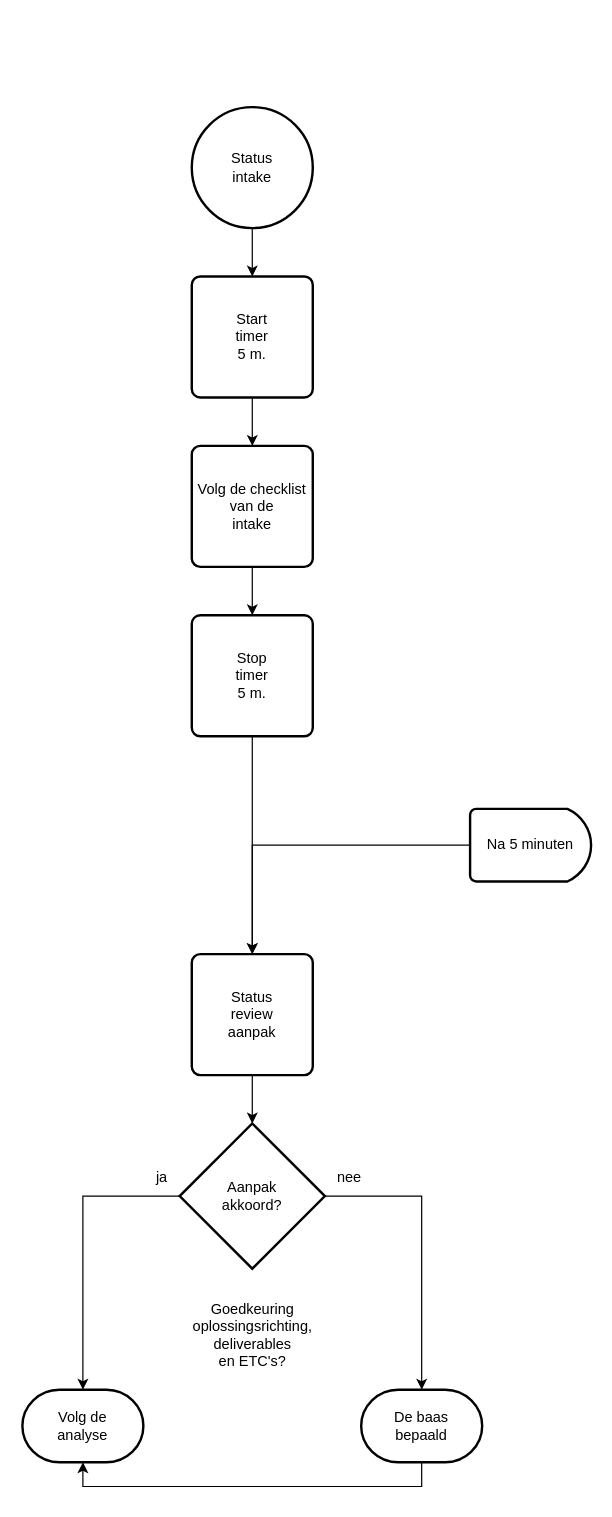
This is 1 Issue Tracker intake.drawio from Zaibatsu89/IssueTracker, a draw.io file, before an edit. Source tidied: cells renumbered, new cells numbered last; positions are measured from the earlier drawing's top-left corner, leaving out a move shared by most shapes. Both pictures are drawn from the tidied source at 121%, with x=0, y=0 at pixel (22, 106).
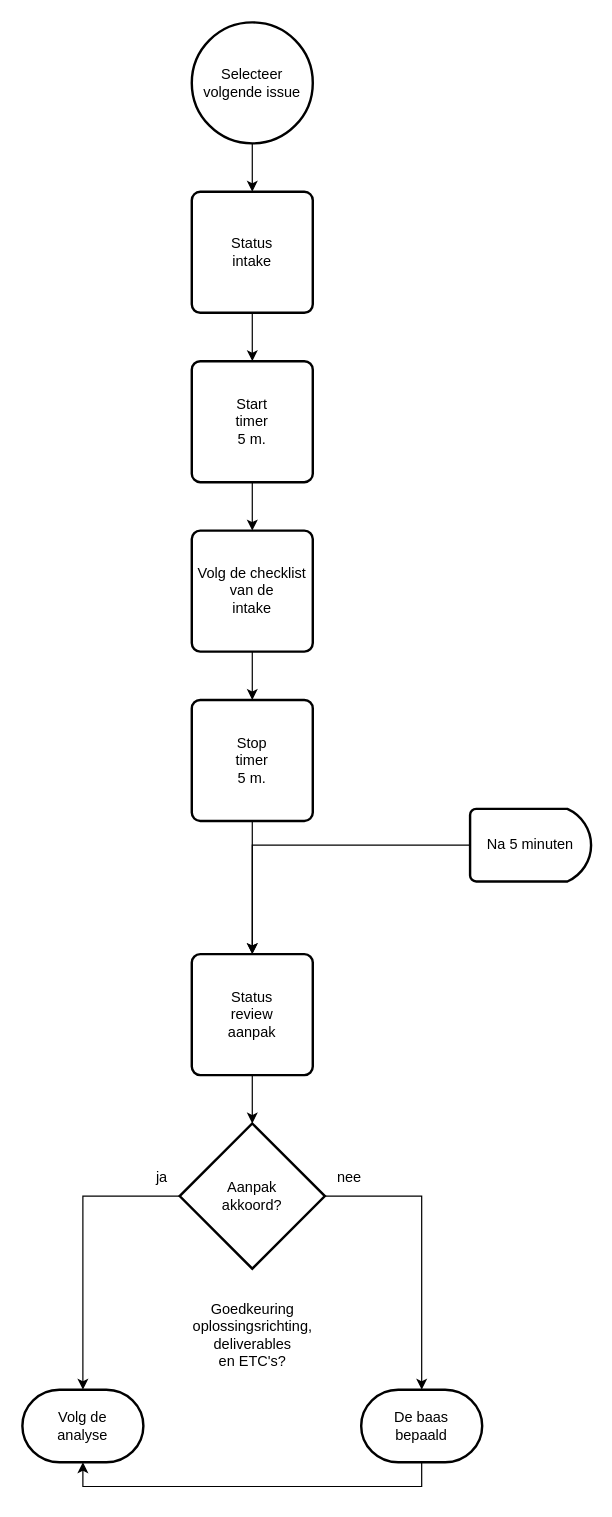
Above is the later version.

Commit message:
Voeg start “Selecteer volgende issue” toe aan intake flowchart

Change to the diagram source:
```diff
@@
-    <mxCell id="2" style="edgeStyle=orthogonalEdgeStyle;rounded=0;jettySize=auto;html=1;entryX=0.5;entryY=0;entryDx=0;entryDy=0;" parent="1" edge="1" source="3" target="8">
-      <mxGeometry relative="1" as="geometry" />
-    </mxCell>
+    <mxCell id="24" style="edgeStyle=orthogonalEdgeStyle;rounded=0;jettySize=auto;html=1;" parent="1" edge="1" source="3" target="26">
+      <mxGeometry relative="1" as="geometry" />
+    </mxCell>
-    <mxCell id="3" value="Status&lt;br&gt;intake" style="strokeWidth=2;html=1;shape=mxgraph.flowchart.start_2;whiteSpace=wrap;" parent="1" vertex="1">
-      <mxGeometry x="140" width="100" height="100" as="geometry" />
+    <mxCell id="3" value="Selecteer&lt;br&gt;volgende issue" style="strokeWidth=2;html=1;shape=mxgraph.flowchart.start_2;whiteSpace=wrap;" parent="1" vertex="1">
+      <mxGeometry x="140" y="-70" width="100" height="100" as="geometry" />
     </mxCell>
@@
     <mxCell id="5" value="Volg de checklist&lt;br&gt;van de&lt;br&gt;intake" style="rounded=1;whiteSpace=wrap;html=1;absoluteArcSize=1;arcSize=14;strokeWidth=2;" parent="1" vertex="1">
-      <mxGeometry x="140" y="280" width="100" height="100" as="geometry" />
+      <mxGeometry x="140" y="350" width="100" height="100" as="geometry" />
     </mxCell>
@@
     <mxCell id="8" value="Start&lt;br&gt;timer&lt;br&gt;5 m." style="rounded=1;whiteSpace=wrap;html=1;absoluteArcSize=1;arcSize=14;strokeWidth=2;" parent="1" vertex="1">
-      <mxGeometry x="140" y="140" width="100" height="100" as="geometry" />
+      <mxGeometry x="140" y="210" width="100" height="100" as="geometry" />
     </mxCell>
@@
     <mxCell id="10" value="Stop&lt;br&gt;timer&lt;br&gt;5 m." style="rounded=1;whiteSpace=wrap;html=1;absoluteArcSize=1;arcSize=14;strokeWidth=2;" parent="1" vertex="1">
-      <mxGeometry x="140" y="420" width="100" height="100" as="geometry" />
+      <mxGeometry x="140" y="490" width="100" height="100" as="geometry" />
     </mxCell>
@@
+    <mxCell id="25" style="edgeStyle=orthogonalEdgeStyle;rounded=0;jettySize=auto;html=1;" parent="1" edge="1" source="26" target="8">
+      <mxGeometry relative="1" as="geometry" />
+    </mxCell>
+    <mxCell id="26" value="Status&lt;br&gt;intake" style="rounded=1;whiteSpace=wrap;html=1;absoluteArcSize=1;arcSize=14;strokeWidth=2;" parent="1" vertex="1">
+      <mxGeometry x="140" y="70" width="100" height="100" as="geometry" />
+    </mxCell>
```
